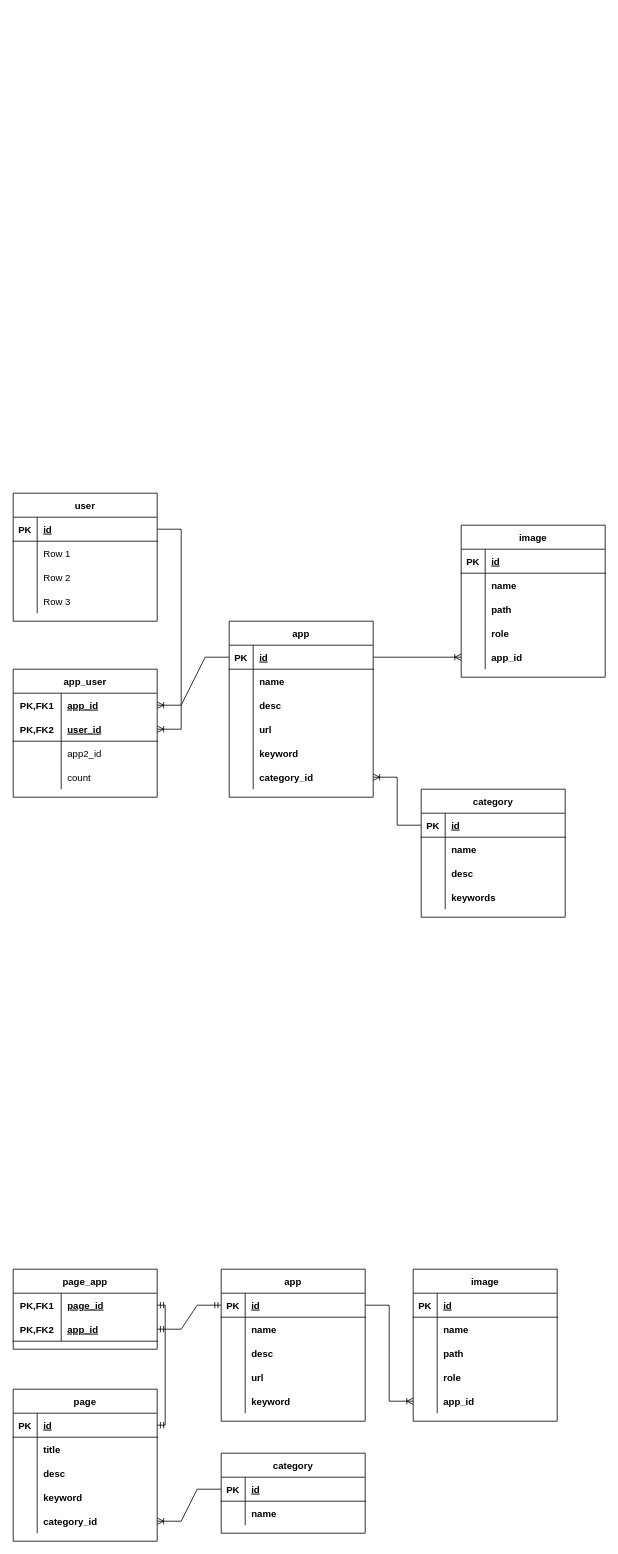
Earlier version of the draw.io diagram testweb2.drawio (andrew-atef/andrew-atef). Source tidied: cells renumbered, new cells numbered last; positions are measured from the earlier drawing's top-left corner, leaving out a move shared by most shapes. Both pictures are drawn from the tidied source at 80%, with x=0, y=0 at pixel (13, 493).
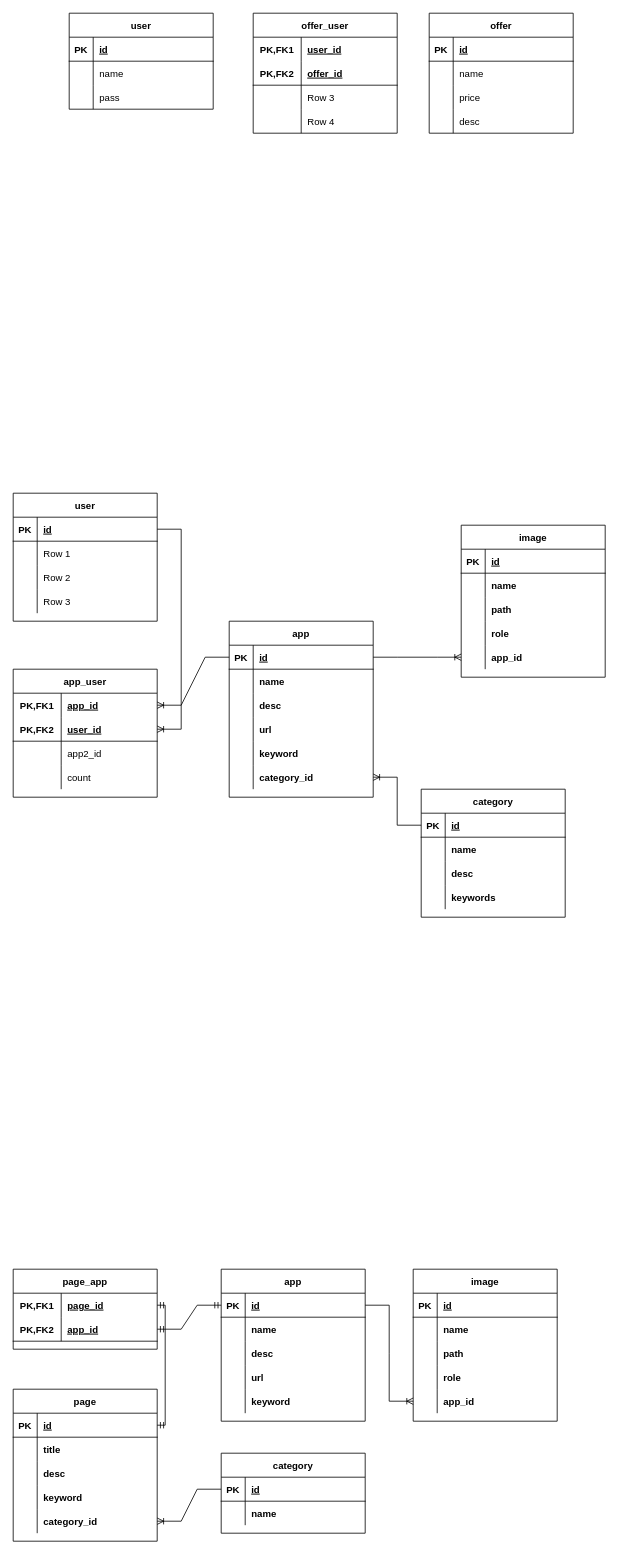
The same page after the edit.

Change to the diagram source:
```diff
@@
+    <mxCell id="146" value="user" style="shape=table;startSize=30;childLayout=tableLayout;rowLines=0;fontStyle=1;align=center;" parent="1" vertex="1">
+      <mxGeometry x="70" y="-600" width="180" height="120" as="geometry" />
+    </mxCell>
+    <mxCell id="147" style="shape=tableRow;horizontal=0;startSize=0;swimlaneHead=0;swimlaneBody=0;fillColor=none;top=0;left=0;right=0;bottom=1;" parent="146" vertex="1">
+      <mxGeometry y="30" width="180" height="30" as="geometry" />
+    </mxCell>
+    <mxCell id="148" value="PK" style="shape=partialRectangle;fillColor=none;top=0;left=0;bottom=0;right=0;fontStyle=1;overflow=hidden;" parent="147" vertex="1">
+      <mxGeometry width="30" height="30" as="geometry" />
+    </mxCell>
+    <mxCell id="149" value="id" style="shape=partialRectangle;fillColor=none;top=0;left=0;bottom=0;right=0;align=left;spacingLeft=6;fontStyle=5;overflow=hidden;" parent="147" vertex="1">
+      <mxGeometry x="30" width="150" height="30" as="geometry" />
+    </mxCell>
+    <mxCell id="150" style="shape=tableRow;horizontal=0;startSize=0;swimlaneHead=0;swimlaneBody=0;fillColor=none;top=0;left=0;right=0;bottom=0;" parent="146" vertex="1">
+      <mxGeometry y="60" width="180" height="30" as="geometry" />
+    </mxCell>
+    <mxCell id="151" style="shape=partialRectangle;fillColor=none;top=0;left=0;bottom=0;right=0;overflow=hidden;" parent="150" vertex="1">
+      <mxGeometry width="30" height="30" as="geometry" />
+    </mxCell>
+    <mxCell id="152" value="name" style="shape=partialRectangle;fillColor=none;top=0;left=0;bottom=0;right=0;align=left;spacingLeft=6;overflow=hidden;" parent="150" vertex="1">
+      <mxGeometry x="30" width="150" height="30" as="geometry" />
+    </mxCell>
+    <mxCell id="153" style="shape=tableRow;horizontal=0;startSize=0;swimlaneHead=0;swimlaneBody=0;fillColor=none;top=0;left=0;right=0;bottom=0;" parent="146" vertex="1">
+      <mxGeometry y="90" width="180" height="30" as="geometry" />
+    </mxCell>
+    <mxCell id="154" style="shape=partialRectangle;fillColor=none;top=0;left=0;bottom=0;right=0;overflow=hidden;" parent="153" vertex="1">
+      <mxGeometry width="30" height="30" as="geometry" />
+    </mxCell>
+    <mxCell id="155" value="pass" style="shape=partialRectangle;fillColor=none;top=0;left=0;bottom=0;right=0;align=left;spacingLeft=6;overflow=hidden;" parent="153" vertex="1">
+      <mxGeometry x="30" width="150" height="30" as="geometry" />
+    </mxCell>
+    <mxCell id="156" value="offer" style="shape=table;startSize=30;childLayout=tableLayout;rowLines=0;fontStyle=1;align=center;" parent="1" vertex="1">
+      <mxGeometry x="520" y="-600" width="180" height="150" as="geometry" />
+    </mxCell>
+    <mxCell id="157" style="shape=tableRow;horizontal=0;startSize=0;swimlaneHead=0;swimlaneBody=0;fillColor=none;top=0;left=0;right=0;bottom=1;" parent="156" vertex="1">
+      <mxGeometry y="30" width="180" height="30" as="geometry" />
+    </mxCell>
+    <mxCell id="158" value="PK" style="shape=partialRectangle;fillColor=none;top=0;left=0;bottom=0;right=0;fontStyle=1;overflow=hidden;" parent="157" vertex="1">
+      <mxGeometry width="30" height="30" as="geometry" />
+    </mxCell>
+    <mxCell id="159" value="id" style="shape=partialRectangle;fillColor=none;top=0;left=0;bottom=0;right=0;align=left;spacingLeft=6;fontStyle=5;overflow=hidden;" parent="157" vertex="1">
+      <mxGeometry x="30" width="150" height="30" as="geometry" />
+    </mxCell>
+    <mxCell id="160" style="shape=tableRow;horizontal=0;startSize=0;swimlaneHead=0;swimlaneBody=0;fillColor=none;top=0;left=0;right=0;bottom=0;" parent="156" vertex="1">
+      <mxGeometry y="60" width="180" height="30" as="geometry" />
+    </mxCell>
+    <mxCell id="161" style="shape=partialRectangle;fillColor=none;top=0;left=0;bottom=0;right=0;overflow=hidden;" parent="160" vertex="1">
+      <mxGeometry width="30" height="30" as="geometry" />
+    </mxCell>
+    <mxCell id="162" value="name" style="shape=partialRectangle;fillColor=none;top=0;left=0;bottom=0;right=0;align=left;spacingLeft=6;overflow=hidden;" parent="160" vertex="1">
+      <mxGeometry x="30" width="150" height="30" as="geometry" />
+    </mxCell>
+    <mxCell id="163" style="shape=tableRow;horizontal=0;startSize=0;swimlaneHead=0;swimlaneBody=0;fillColor=none;top=0;left=0;right=0;bottom=0;" parent="156" vertex="1">
+      <mxGeometry y="90" width="180" height="30" as="geometry" />
+    </mxCell>
+    <mxCell id="164" style="shape=partialRectangle;fillColor=none;top=0;left=0;bottom=0;right=0;overflow=hidden;" parent="163" vertex="1">
+      <mxGeometry width="30" height="30" as="geometry" />
+    </mxCell>
+    <mxCell id="165" value="price" style="shape=partialRectangle;fillColor=none;top=0;left=0;bottom=0;right=0;align=left;spacingLeft=6;overflow=hidden;" parent="163" vertex="1">
+      <mxGeometry x="30" width="150" height="30" as="geometry" />
+    </mxCell>
+    <mxCell id="166" style="shape=tableRow;horizontal=0;startSize=0;swimlaneHead=0;swimlaneBody=0;fillColor=none;top=0;left=0;right=0;bottom=0;" parent="156" vertex="1">
+      <mxGeometry y="120" width="180" height="30" as="geometry" />
+    </mxCell>
+    <mxCell id="167" style="shape=partialRectangle;fillColor=none;top=0;left=0;bottom=0;right=0;overflow=hidden;" parent="166" vertex="1">
+      <mxGeometry width="30" height="30" as="geometry" />
+    </mxCell>
+    <mxCell id="168" value="desc" style="shape=partialRectangle;fillColor=none;top=0;left=0;bottom=0;right=0;align=left;spacingLeft=6;overflow=hidden;" parent="166" vertex="1">
+      <mxGeometry x="30" width="150" height="30" as="geometry" />
+    </mxCell>
+    <mxCell id="169" value="offer_user" style="shape=table;startSize=30;childLayout=tableLayout;rowLines=0;fontStyle=1;align=center;" parent="1" vertex="1">
+      <mxGeometry x="300" y="-600" width="180" height="150" as="geometry" />
+    </mxCell>
+    <mxCell id="170" style="shape=tableRow;horizontal=0;startSize=0;swimlaneHead=0;swimlaneBody=0;fillColor=none;top=0;left=0;right=0;bottom=0;" parent="169" vertex="1">
+      <mxGeometry y="30" width="180" height="30" as="geometry" />
+    </mxCell>
+    <mxCell id="171" value="PK,FK1" style="shape=partialRectangle;fillColor=none;top=0;left=0;bottom=0;right=0;fontStyle=1;overflow=hidden;" parent="170" vertex="1">
+      <mxGeometry width="60" height="30" as="geometry" />
+    </mxCell>
+    <mxCell id="172" value="user_id" style="shape=partialRectangle;fillColor=none;top=0;left=0;bottom=0;right=0;align=left;spacingLeft=6;fontStyle=5;overflow=hidden;" parent="170" vertex="1">
+      <mxGeometry x="60" width="120" height="30" as="geometry" />
+    </mxCell>
+    <mxCell id="173" style="shape=tableRow;horizontal=0;startSize=0;swimlaneHead=0;swimlaneBody=0;fillColor=none;top=0;left=0;right=0;bottom=1;" parent="169" vertex="1">
+      <mxGeometry y="60" width="180" height="30" as="geometry" />
+    </mxCell>
+    <mxCell id="174" value="PK,FK2" style="shape=partialRectangle;fillColor=none;top=0;left=0;bottom=0;right=0;fontStyle=1;overflow=hidden;" parent="173" vertex="1">
+      <mxGeometry width="60" height="30" as="geometry" />
+    </mxCell>
+    <mxCell id="175" value="offer_id" style="shape=partialRectangle;fillColor=none;top=0;left=0;bottom=0;right=0;align=left;spacingLeft=6;fontStyle=5;overflow=hidden;" parent="173" vertex="1">
+      <mxGeometry x="60" width="120" height="30" as="geometry" />
+    </mxCell>
+    <mxCell id="176" style="shape=tableRow;horizontal=0;startSize=0;swimlaneHead=0;swimlaneBody=0;fillColor=none;top=0;left=0;right=0;bottom=0;" parent="169" vertex="1">
+      <mxGeometry y="90" width="180" height="30" as="geometry" />
+    </mxCell>
+    <mxCell id="177" style="shape=partialRectangle;fillColor=none;top=0;left=0;bottom=0;right=0;overflow=hidden;" parent="176" vertex="1">
+      <mxGeometry width="60" height="30" as="geometry" />
+    </mxCell>
+    <mxCell id="178" value="Row 3" style="shape=partialRectangle;fillColor=none;top=0;left=0;bottom=0;right=0;align=left;spacingLeft=6;overflow=hidden;" parent="176" vertex="1">
+      <mxGeometry x="60" width="120" height="30" as="geometry" />
+    </mxCell>
+    <mxCell id="179" style="shape=tableRow;horizontal=0;startSize=0;swimlaneHead=0;swimlaneBody=0;fillColor=none;top=0;left=0;right=0;bottom=0;" parent="169" vertex="1">
+      <mxGeometry y="120" width="180" height="30" as="geometry" />
+    </mxCell>
+    <mxCell id="180" style="shape=partialRectangle;fillColor=none;top=0;left=0;bottom=0;right=0;overflow=hidden;" parent="179" vertex="1">
+      <mxGeometry width="60" height="30" as="geometry" />
+    </mxCell>
+    <mxCell id="181" value="Row 4" style="shape=partialRectangle;fillColor=none;top=0;left=0;bottom=0;right=0;align=left;spacingLeft=6;overflow=hidden;" parent="179" vertex="1">
+      <mxGeometry x="60" width="120" height="30" as="geometry" />
+    </mxCell>
```
